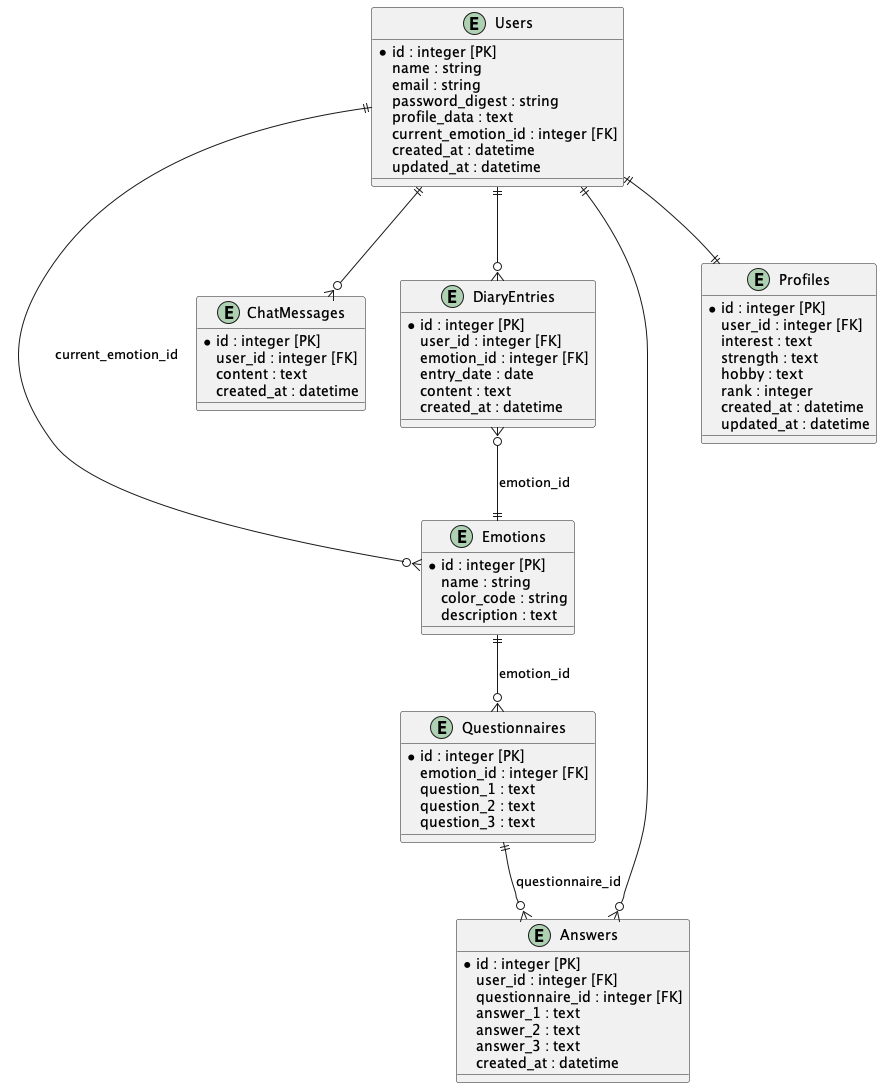
Before: out/PlantUML/er_diagram/erdiagram.png, a diagram exported from PlantUML (MarikoInada/portfolio). Source of this version:
```plantuml
@startuml erdiagram

entity "Users" as users {
  *id : integer [PK]
  name : string
  email : string
  password_digest : string
  profile_data : text
  current_emotion_id : integer [FK]
  created_at : datetime
  updated_at : datetime
}

entity "Emotions" as emotions {
  *id : integer [PK]
  name : string
  color_code : string
  description : text
}

entity "ChatMessages" as chat_messages {
  *id : integer [PK]
  user_id : integer [FK]
  content : text
  created_at : datetime
}

entity "Questionnaires" as questionnaires {
  *id : integer [PK]
  emotion_id : integer [FK]
  question_1 : text
  question_2 : text
  question_3 : text
}

entity "Answers" as answers {
  *id : integer [PK]
  user_id : integer [FK]
  questionnaire_id : integer [FK]
  answer_1 : text
  answer_2 : text
  answer_3 : text
  created_at : datetime
}

entity "DiaryEntries" as diary_entries {
  *id : integer [PK]
  user_id : integer [FK]
  emotion_id : integer [FK]
  entry_date : date
  content : text
  created_at : datetime
}

entity "Profiles" as profiles {
  *id : integer [PK]
  user_id : integer [FK]
  interest : text
  strength : text
  hobby : text
  rank : integer
  created_at : datetime
  updated_at : datetime
}

users ||--o{ emotions : "current_emotion_id"
users ||--o{ chat_messages : ""
users ||--o{ answers : ""
users ||--o{ diary_entries : ""
users ||--|| profiles : ""

emotions ||--o{ questionnaires : "emotion_id"
questionnaires ||--o{ answers : "questionnaire_id"
diary_entries }o--|| emotions : "emotion_id"

@enduml
```
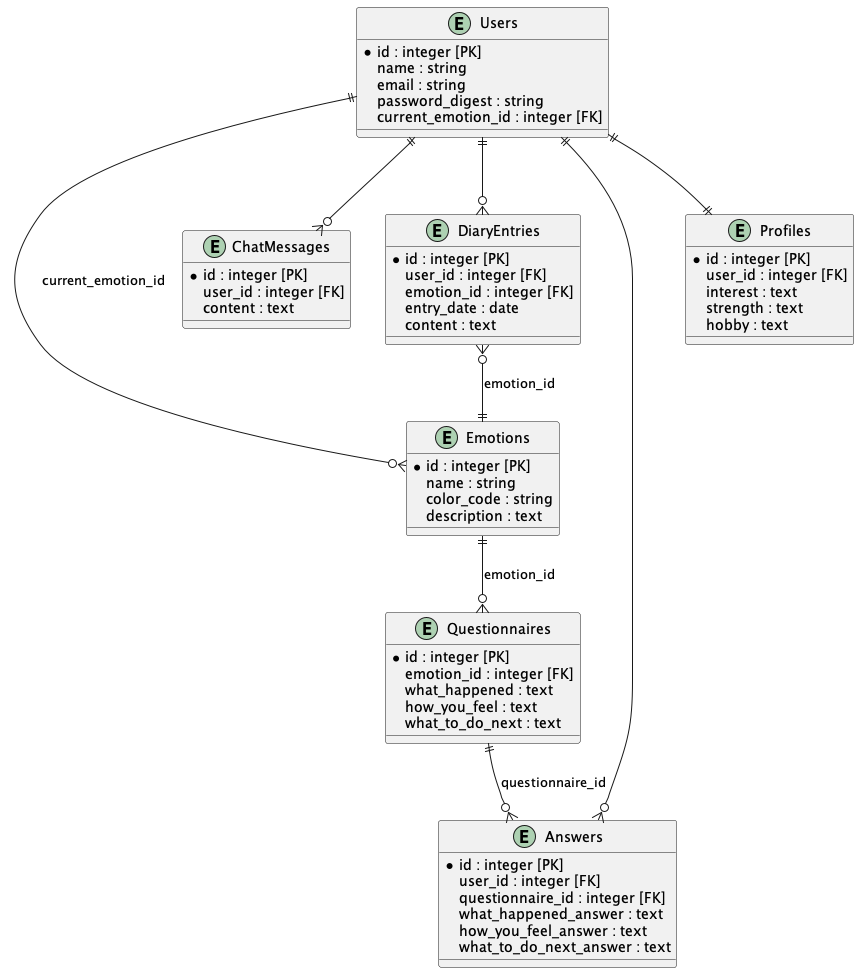
After the commit.

The edit, as a diff of the source:
```diff
@@ -5,10 +5,7 @@
   name : string
   email : string
   password_digest : string
-  profile_data : text
   current_emotion_id : integer [FK]
-  created_at : datetime
-  updated_at : datetime
 }
 
 entity "Emotions" as emotions {
@@ -22,25 +19,23 @@
   *id : integer [PK]
   user_id : integer [FK]
   content : text
-  created_at : datetime
 }
 
 entity "Questionnaires" as questionnaires {
   *id : integer [PK]
   emotion_id : integer [FK]
-  question_1 : text
-  question_2 : text
-  question_3 : text
+  what_happened : text
+  how_you_feel : text
+  what_to_do_next : text
 }
 
 entity "Answers" as answers {
   *id : integer [PK]
   user_id : integer [FK]
   questionnaire_id : integer [FK]
-  answer_1 : text
-  answer_2 : text
-  answer_3 : text
-  created_at : datetime
+  what_happened_answer : text
+  how_you_feel_answer : text
+  what_to_do_next_answer : text
 }
 
 entity "DiaryEntries" as diary_entries {
@@ -49,7 +44,6 @@
   emotion_id : integer [FK]
   entry_date : date
   content : text
-  created_at : datetime
 }
 
 entity "Profiles" as profiles {
@@ -58,9 +52,6 @@
   interest : text
   strength : text
   hobby : text
-  rank : integer
-  created_at : datetime
-  updated_at : datetime
 }
 
 users ||--o{ emotions : "current_emotion_id"
```
